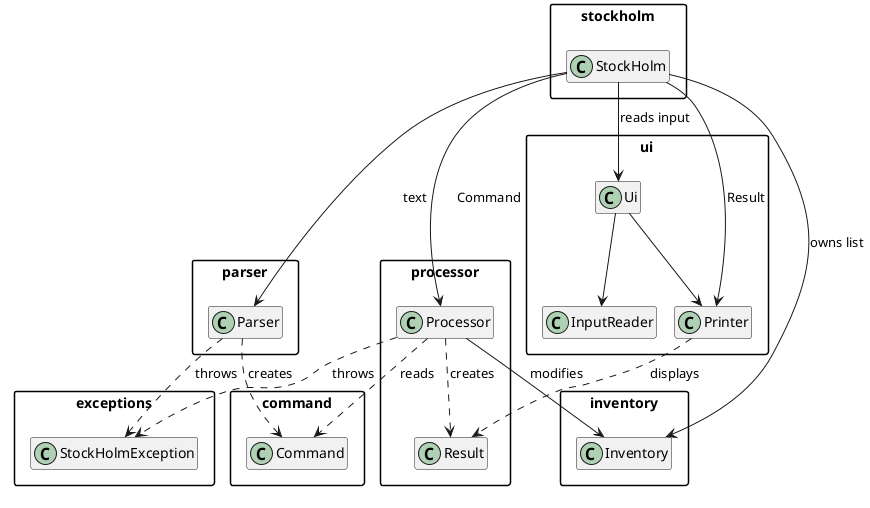
Above: docs/images/ArchitectureDiagram.png in AY2627S1-CS2113-W14-4/tp (PlantUML), before the change.
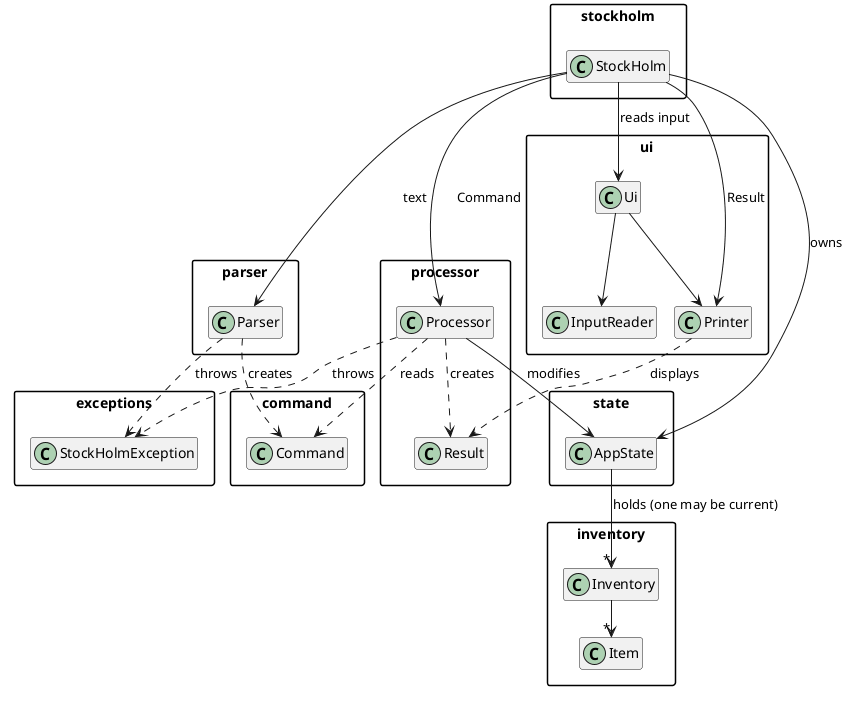
After the change.

Commit message:
Update developer guide for item commands and add manual testing

What changed in the source:
```diff
@@ -22,8 +22,12 @@
     class Processor
     class Result
 }
+package "state" {
+    class AppState
+}
 package "inventory" {
     class Inventory
+    class Item
 }
 package "exceptions" {
     class StockHolmException
@@ -33,13 +37,15 @@
 StockHolm --> Parser : text
 StockHolm --> Processor : Command
 StockHolm --> Printer : Result
-StockHolm --> Inventory : owns list
+StockHolm --> AppState : owns
 Ui --> InputReader
 Ui --> Printer
 Parser ..> Command : creates
 Processor ..> Command : reads
 Processor ..> Result : creates
-Processor --> Inventory : modifies
+Processor --> AppState : modifies
+AppState --> "*" Inventory : holds (one may be current)
+Inventory --> "*" Item
 Printer ..> Result : displays
 Parser ..> StockHolmException : throws
 Processor ..> StockHolmException : throws
```
